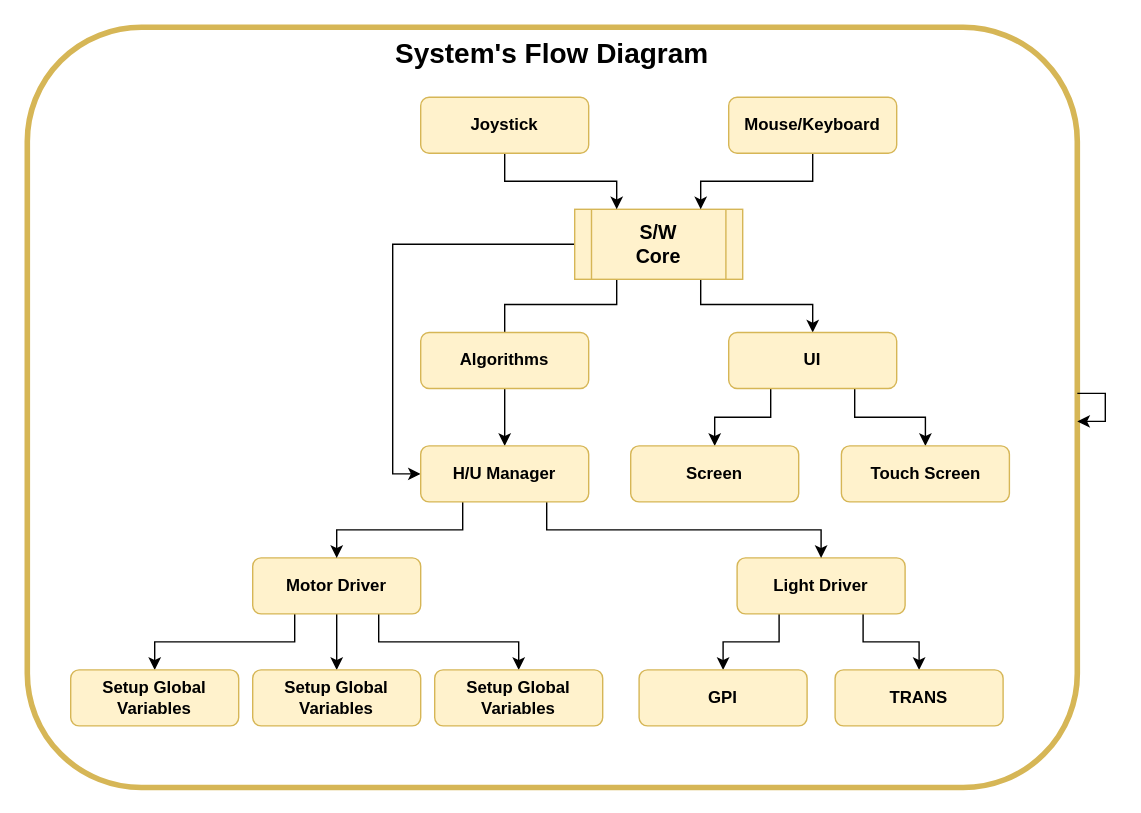
This is SystemFlowDiagram.drawio from tsakalifas79/Thesis, a draw.io file, before an edit. Source tidied: cells renumbered, new cells numbered last; positions are measured from the earlier drawing's top-left corner, leaving out a move shared by most shapes. Both pictures are drawn from the tidied source at 140%, with x=0, y=0 at pixel (27, 27).
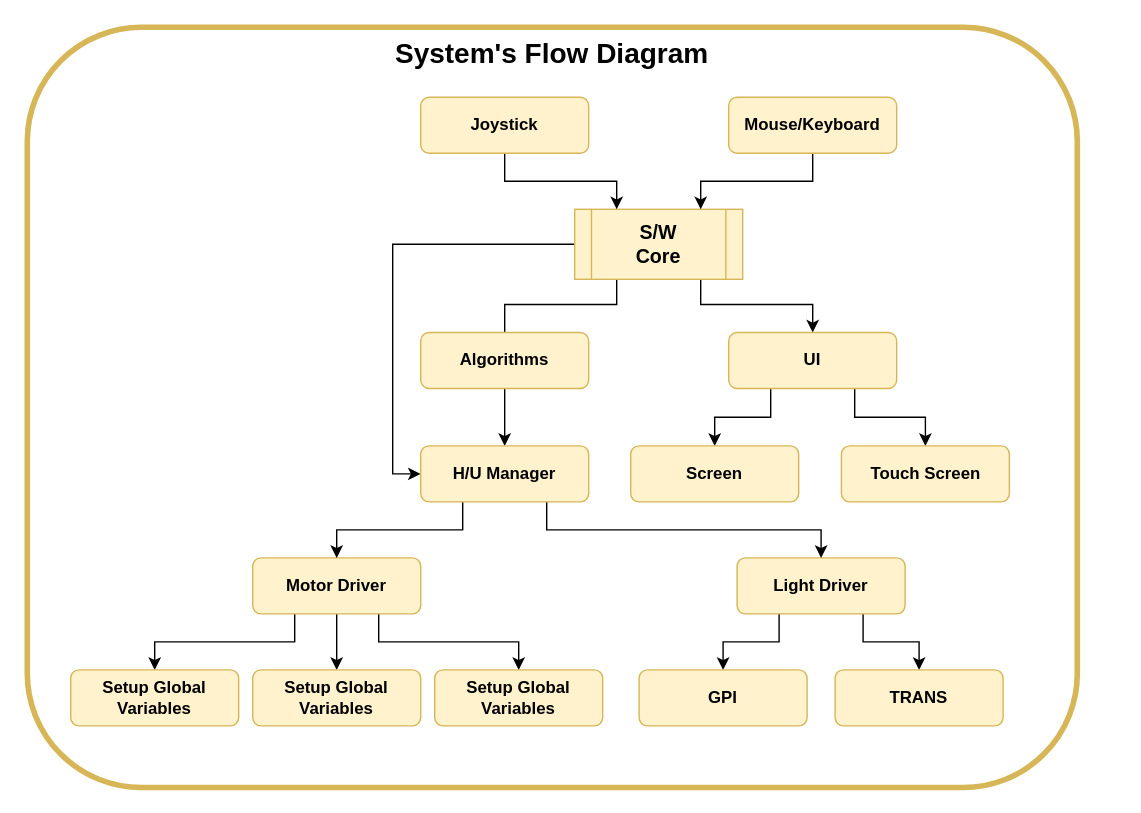
The same diagram, later.

The change refers to these unchanged cells:
```xml
<mxCell id="32" value="&lt;b&gt;&lt;font style=&quot;font-size: 20px&quot;&gt;System's Flow Diagram&lt;br&gt;&lt;/font&gt;&lt;/b&gt;" style="rounded=1;whiteSpace=wrap;html=1;verticalAlign=top;strokeColor=#d6b656;fillColor=none;strokeWidth=4;" parent="1" vertex="1">
  <mxGeometry width="750" height="543" as="geometry" />
</mxCell>
```

The edit, as a diff of the source:
```diff
@@
-    <mxCell id="33" style="edgeStyle=orthogonalEdgeStyle;rounded=0;orthogonalLoop=1;jettySize=auto;html=1;" parent="1" edge="1" source="32" target="32">
-      <mxGeometry relative="1" as="geometry" />
-    </mxCell>
```
